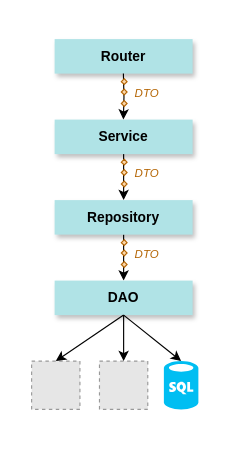
Above: page "packages" (1 of 3) of path/resources/diagrams.drawio in miguel-armas-abt/roadmap-java (draw.io), before the change. Source tidied: cells renumbered, new cells numbered last; positions are measured from the earlier drawing's top-left corner, leaving out a move shared by most shapes. Both pictures are drawn from the tidied source at 115%, with x=0, y=0 at pixel (20, 20). Pictures stored in the file or linked from it are replaced by grey dashed boxes.
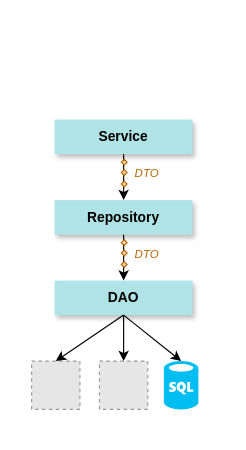
The same page after the edit.

What changed in the source:
```diff
@@
     <mxCell id="2" style="rounded=0;whiteSpace=wrap;html=1;strokeColor=none;" parent="1" vertex="1">
-      <mxGeometry width="180" height="356.5" as="geometry" />
+      <mxGeometry y="70" width="180" height="286.5" as="geometry" />
     </mxCell>
@@
-    <mxCell id="14" value="Router" style="rounded=0;whiteSpace=wrap;html=1;fillColor=#b0e3e6;strokeColor=none;shadow=1;fontStyle=1;" parent="1" vertex="1">
-      <mxGeometry x="30" y="16.5" width="120" height="30" as="geometry" />
-    </mxCell>
-    <mxCell id="15" style="edgeStyle=orthogonalEdgeStyle;rounded=0;orthogonalLoop=1;jettySize=auto;html=1;entryX=0.5;entryY=0;entryDx=0;entryDy=0;flowAnimation=1;" parent="1" edge="1">
-      <mxGeometry relative="1" as="geometry">
-        <mxPoint x="89.8" y="46.5" as="sourcePoint" />
-        <mxPoint x="89.8" y="86.5" as="targetPoint" />
-      </mxGeometry>
-    </mxCell>
-    <mxCell id="16" value="DTO" style="text;html=1;align=center;verticalAlign=middle;strokeColor=none;fillColor=none;fontStyle=2;fontColor=#B46504;fontSize=10;" parent="1" vertex="1">
-      <mxGeometry x="90" y="48" width="40" height="30" as="geometry" />
-    </mxCell>
-    <mxCell id="17" style="group;" parent="1" vertex="1">
-      <mxGeometry x="88" y="51" width="5" height="24" as="geometry" />
-    </mxCell>
-    <mxCell id="18" style="rhombus;whiteSpace=wrap;html=1;fillColor=#fad7ac;strokeColor=#b46504;" parent="17" vertex="1">
-      <mxGeometry width="5" height="5" as="geometry" />
-    </mxCell>
-    <mxCell id="19" style="rhombus;whiteSpace=wrap;html=1;fillColor=#fad7ac;strokeColor=#b46504;" parent="17" vertex="1">
-      <mxGeometry y="9" width="5" height="5" as="geometry" />
-    </mxCell>
-    <mxCell id="20" style="rhombus;whiteSpace=wrap;html=1;fillColor=#fad7ac;strokeColor=#b46504;" parent="17" vertex="1">
-      <mxGeometry y="19" width="5" height="5" as="geometry" />
-    </mxCell>
```
